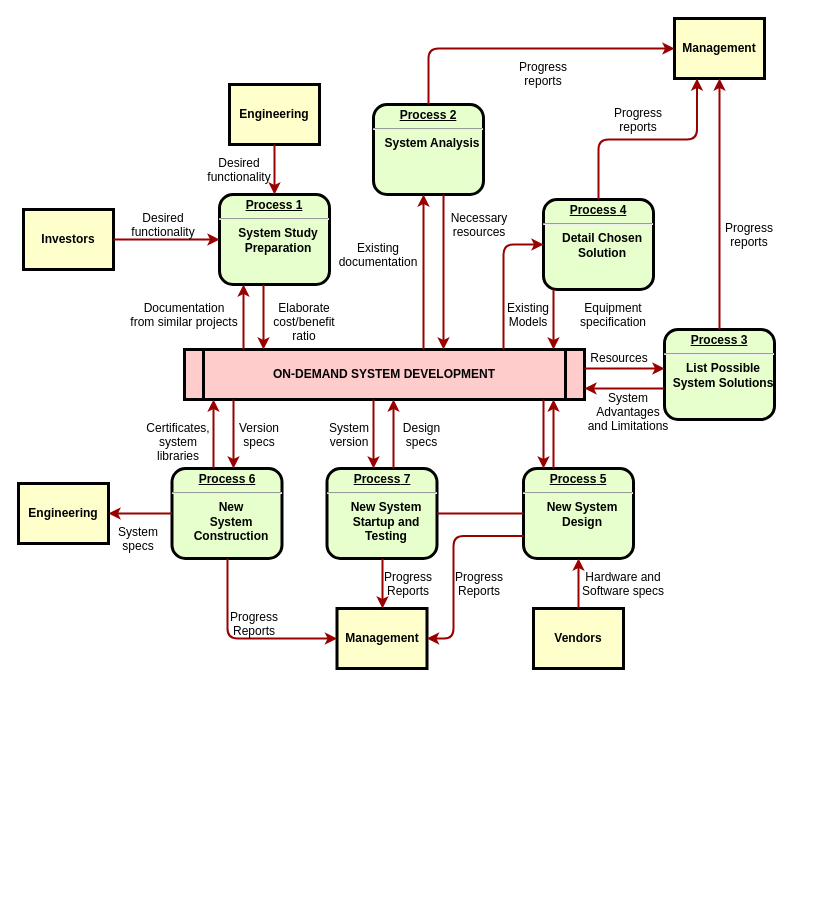
Earlier version of the draw.io diagram Stabilizer.drawio (HuiwenPan/workspace). Source tidied: cells renumbered, new cells numbered last; positions are measured from the earlier drawing's top-left corner, leaving out a move shared by most shapes. Both pictures are drawn from the tidied source at 100%, with x=0, y=0 at pixel (18, 18).
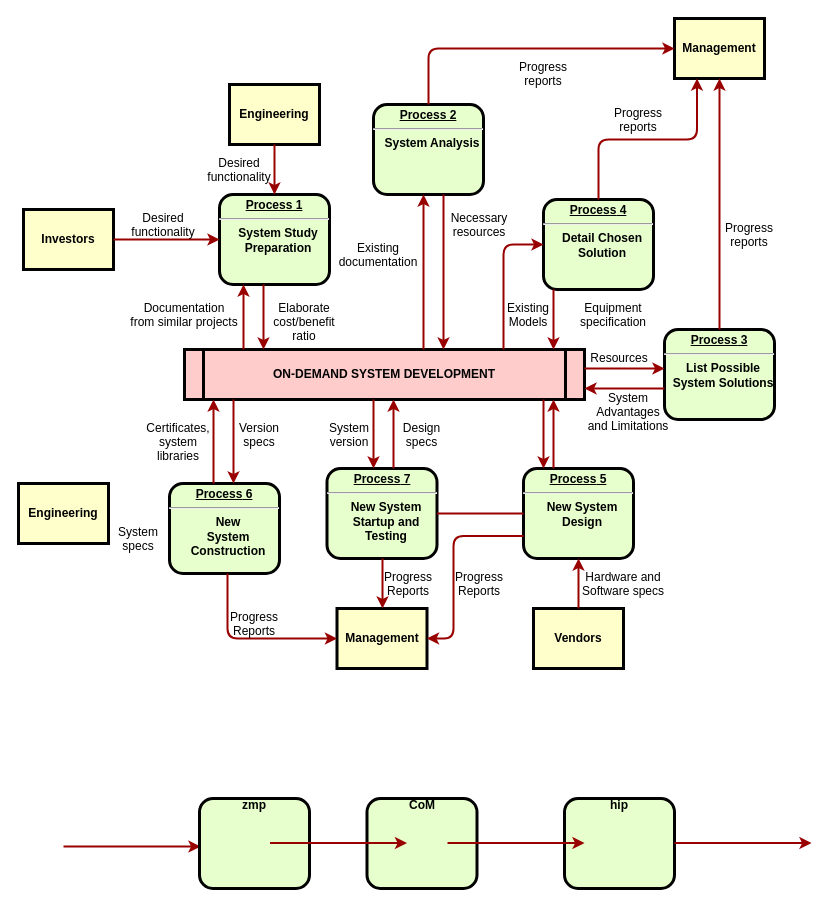
The same diagram, later.

The change refers to these unchanged cells:
```xml
<mxCell id="13" value="Engineering" style="whiteSpace=wrap;align=center;verticalAlign=middle;fontStyle=1;strokeWidth=3;fillColor=#FFFFCC;" parent="1" vertex="1">
  <mxGeometry y="465" width="90" height="60" as="geometry" />
</mxCell>
```

Change to the diagram source:
```diff
@@
     <mxCell id="10" value="&lt;p style=&quot;margin: 0px; margin-top: 4px; text-align: center; text-decoration: underline;&quot;&gt;&lt;strong&gt;&lt;strong&gt;Process&lt;/strong&gt; 6&lt;br /&gt;&lt;/strong&gt;&lt;/p&gt;&lt;hr /&gt;&lt;p style=&quot;margin: 0px; margin-left: 8px;&quot;&gt;New&lt;/p&gt;&lt;p style=&quot;margin: 0px; margin-left: 8px;&quot;&gt;System&lt;/p&gt;&lt;p style=&quot;margin: 0px; margin-left: 8px;&quot;&gt;Construction&lt;/p&gt;" style="verticalAlign=middle;align=center;overflow=fill;fontSize=12;fontFamily=Helvetica;html=1;rounded=1;fontStyle=1;strokeWidth=3;fillColor=#E6FFCC;" parent="1" vertex="1">
-      <mxGeometry x="153.5" y="450" width="110" height="90" as="geometry" />
+      <mxGeometry x="151" y="465" width="110" height="90" as="geometry" />
     </mxCell>
@@
-    <mxCell id="53" style="edgeStyle=elbowEdgeStyle;elbow=vertical;strokeColor=#990000;strokeWidth=2;" parent="1" edge="1" source="10" target="13">
-      <mxGeometry relative="1" as="geometry" />
+    <mxCell id="53" style="edgeStyle=elbowEdgeStyle;elbow=vertical;strokeColor=#990000;strokeWidth=2;entryX=0.009;entryY=0.536;entryDx=0;entryDy=0;entryPerimeter=0;" parent="1" edge="1" target="63">
+      <mxGeometry relative="1" as="geometry">
+        <mxPoint x="45" y="828" as="sourcePoint" />
+        <Array as="points">
+          <mxPoint x="105" y="828" />
+        </Array>
+      </mxGeometry>
     </mxCell>
@@
+    <mxCell id="63" value="zmp" style="verticalAlign=middle;align=center;overflow=fill;fontSize=12;fontFamily=Helvetica;html=1;rounded=1;fontStyle=1;strokeWidth=3;fillColor=#E6FFCC;" parent="1" vertex="1">
+      <mxGeometry x="181" y="780" width="110" height="90" as="geometry" />
+    </mxCell>
+    <mxCell id="64" value="CoM" style="verticalAlign=middle;align=center;overflow=fill;fontSize=12;fontFamily=Helvetica;html=1;rounded=1;fontStyle=1;strokeWidth=3;fillColor=#E6FFCC;" parent="1" vertex="1">
+      <mxGeometry x="348.5" y="780" width="110" height="90" as="geometry" />
+    </mxCell>
+    <mxCell id="65" value="hip" style="verticalAlign=middle;align=center;overflow=fill;fontSize=12;fontFamily=Helvetica;html=1;rounded=1;fontStyle=1;strokeWidth=3;fillColor=#E6FFCC;" parent="1" vertex="1">
+      <mxGeometry x="546" y="780" width="110" height="90" as="geometry" />
+    </mxCell>
+    <mxCell id="66" style="edgeStyle=elbowEdgeStyle;elbow=vertical;strokeColor=#990000;strokeWidth=2;entryX=0.009;entryY=0.536;entryDx=0;entryDy=0;entryPerimeter=0;" parent="1" edge="1">
+      <mxGeometry relative="1" as="geometry">
+        <mxPoint x="251.5" y="824.6" as="sourcePoint" />
+        <mxPoint x="388.5" y="824.8" as="targetPoint" />
+        <Array as="points">
+          <mxPoint x="311.5" y="824.6" />
+        </Array>
+      </mxGeometry>
+    </mxCell>
+    <mxCell id="67" style="edgeStyle=elbowEdgeStyle;elbow=vertical;strokeColor=#990000;strokeWidth=2;entryX=0.009;entryY=0.536;entryDx=0;entryDy=0;entryPerimeter=0;" parent="1" edge="1">
+      <mxGeometry relative="1" as="geometry">
+        <mxPoint x="429" y="824.6" as="sourcePoint" />
+        <mxPoint x="566" y="824.8" as="targetPoint" />
+        <Array as="points">
+          <mxPoint x="489" y="824.6" />
+        </Array>
+      </mxGeometry>
+    </mxCell>
+    <mxCell id="68" style="edgeStyle=elbowEdgeStyle;elbow=vertical;strokeColor=#990000;strokeWidth=2;entryX=0.009;entryY=0.536;entryDx=0;entryDy=0;entryPerimeter=0;" parent="1" edge="1">
+      <mxGeometry relative="1" as="geometry">
+        <mxPoint x="656" y="824.6" as="sourcePoint" />
+        <mxPoint x="793" y="824.8" as="targetPoint" />
+        <Array as="points">
+          <mxPoint x="716" y="824.6" />
+        </Array>
+      </mxGeometry>
+    </mxCell>
```
